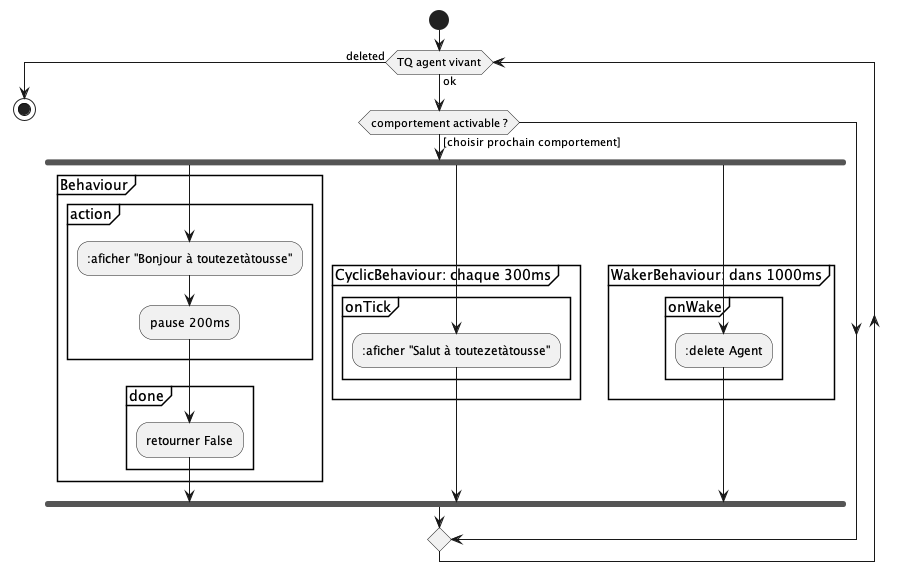
Above: testComportement/helloSalut.png in EmmanuelADAM/jade (PlantUML), before the change.
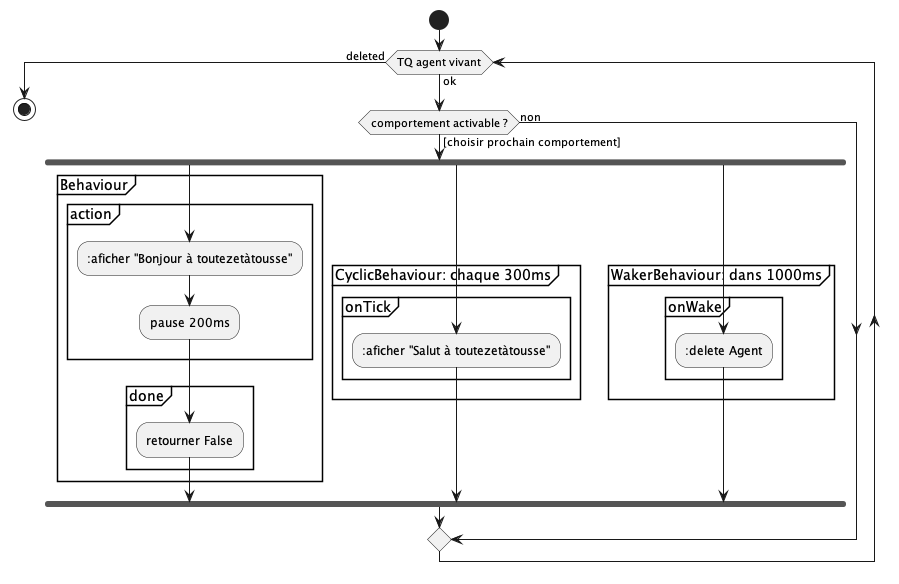
After the commit.

The edit, as a diff of the source:
```diff
@@ -26,6 +26,7 @@
       }
     }
     end fork
+ else(non)
  endif
   endwhile (deleted)
 stop
```
